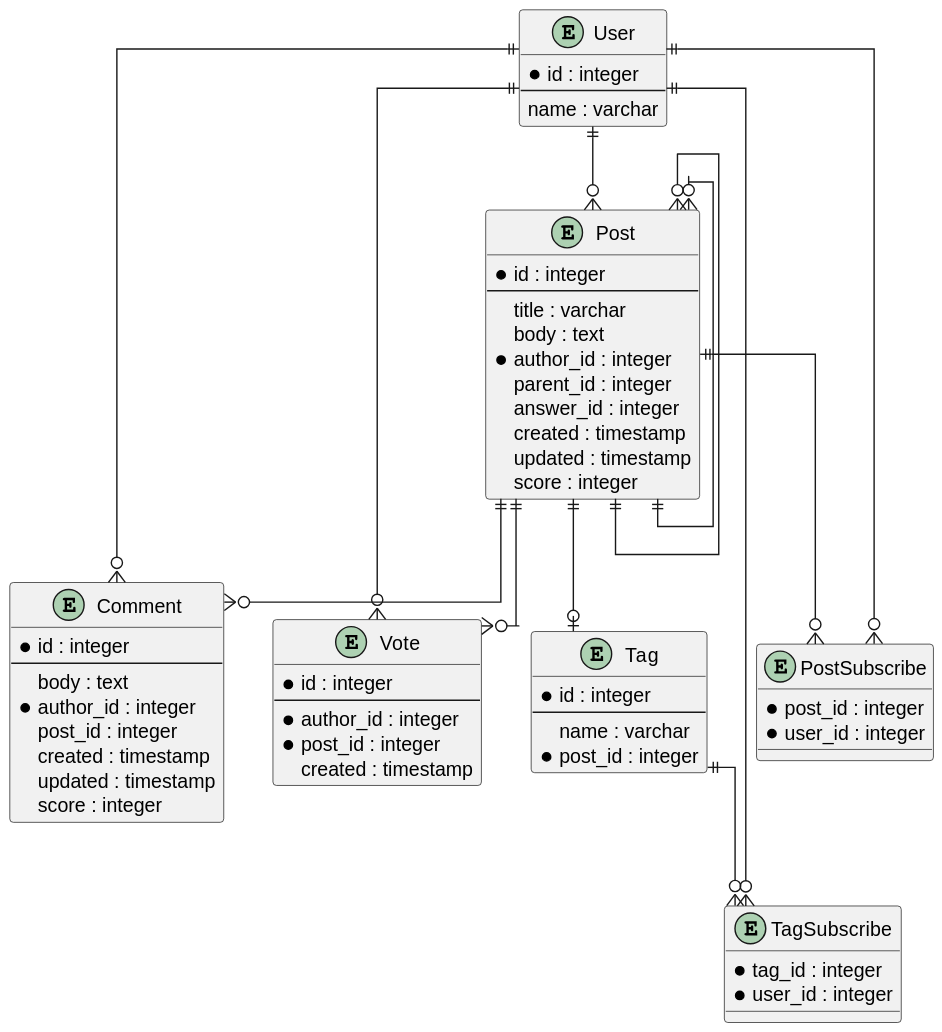
Earlier version of the PlantUML export docs/out/diagrams/ER/ER.svg (Rumuantsev/muse-documentation).
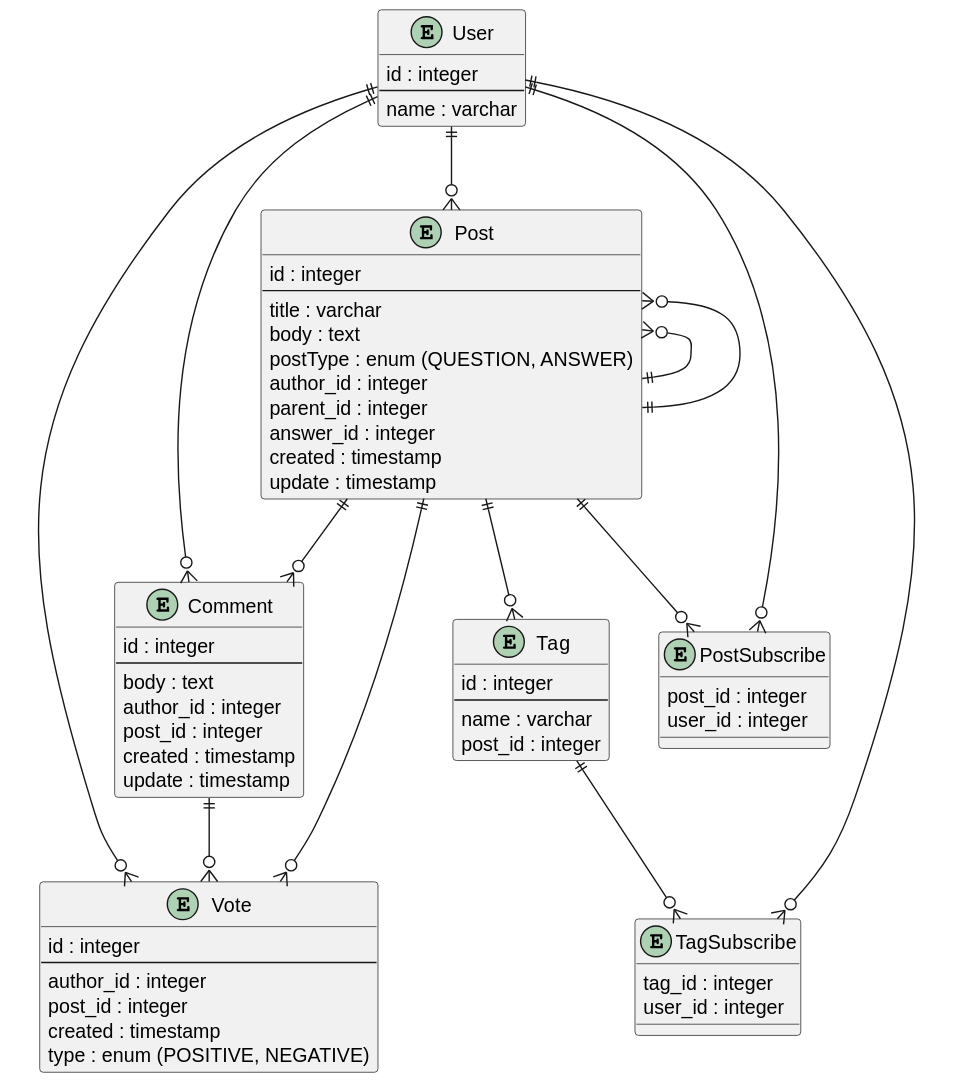
The same diagram one commit later.

Diff of the diagram source:
```diff
@@ -1,59 +1,57 @@
 @startuml
-skinparam linetype ortho
-
 entity User {
-  * id : integer
+  id : integer
   --
   name : varchar
 }
 
 entity Post {
-  * id : integer
+  id : integer
   --
   title : varchar
   body : text
-  * author_id : integer
+  postType : enum (QUESTION, ANSWER)
+  author_id : integer
   parent_id : integer
   answer_id : integer
   created : timestamp
-  updated : timestamp
-  score : integer
+  update : timestamp
 }
 
 entity Comment {
-  * id : integer
+  id : integer
   --
   body : text
-  * author_id : integer
+  author_id : integer
   post_id : integer
   created : timestamp
-  updated : timestamp
-  score : integer
+  update : timestamp
 }
 
 entity Vote {
-  * id : integer
+  id : integer
   --
-  * author_id : integer
-  * post_id : integer
+  author_id : integer
+  post_id : integer
   created : timestamp
+  type : enum (POSITIVE, NEGATIVE)
 }
 
 entity Tag {
-  * id : integer
+  id : integer
   --
   name : varchar
-  * post_id : integer
+  post_id : integer
 }
 
 entity PostSubscribe {
-  * post_id : integer
-  * user_id : integer
+  post_id : integer
+  user_id : integer
 }
 
 entity TagSubscribe {
-  * tag_id : integer
-  * user_id : integer
+  tag_id : integer
+  user_id : integer
 }
 
 User ||--o{ Post
@@ -62,7 +60,10 @@
 
 Post ||--o{ Comment
 Post ||--o{ Vote
-Post ||--o| Tag
+Post ||--o{ Tag
+
+Post }o--|| Post
+Post }o--|| Post
 
 Post ||--o{ PostSubscribe
 User ||--o{ PostSubscribe
@@ -70,6 +71,6 @@
 Tag ||--o{ TagSubscribe
 User ||--o{ TagSubscribe
 
-Post }o--|| Post
-Post }o--|| Post
+
+Comment ||--o{ Vote
 @enduml
```
